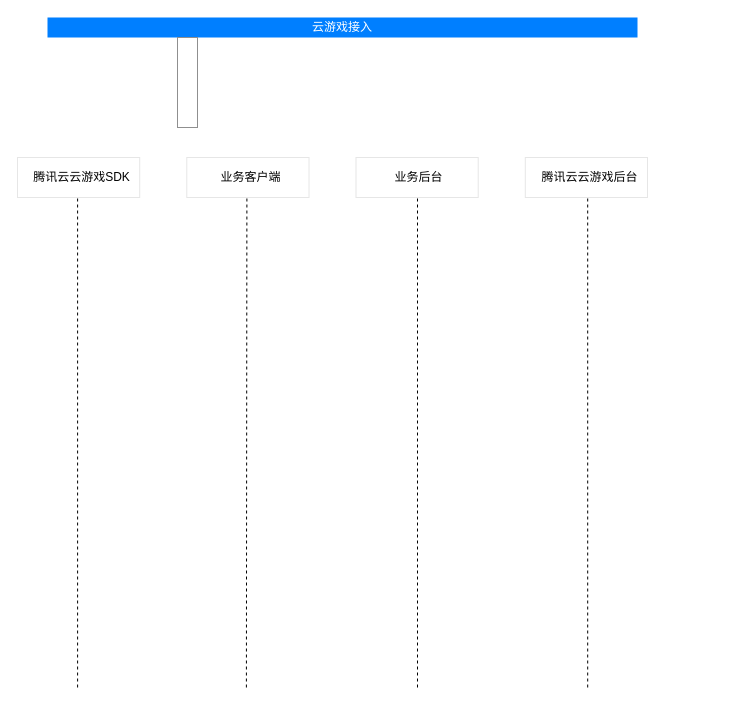
This is 快速入门.drawio from 2015302580336/cloud_rendering, a draw.io file, before an edit. Source tidied: cells renumbered, new cells numbered last; positions are measured from the earlier drawing's top-left corner, leaving out a move shared by most shapes. Both pictures are drawn from the tidied source at 100%, with x=0, y=0 at pixel (17, 17).
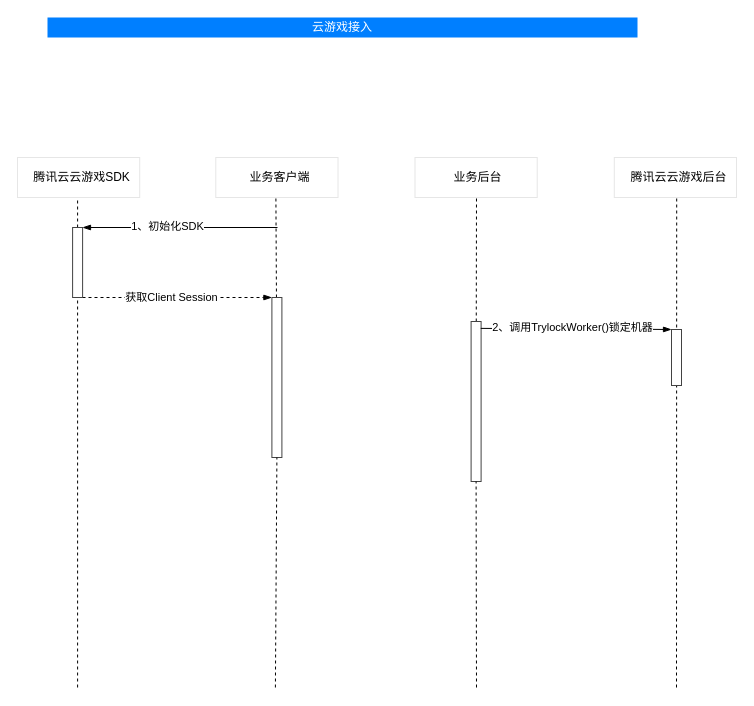
The same diagram, later.

The edit, as a diff of the source:
```diff
@@
-    <mxCell id="3" style="rounded=0;whiteSpace=wrap;html=1;strokeColor=#8F8F8F;" parent="1" vertex="1">
-      <mxGeometry x="160" y="20" width="20" height="90" as="geometry" />
-    </mxCell>
@@
     <mxCell id="7" style="group;imageAlign=center;imageVerticalAlign=middle;" parent="1" vertex="1">
-      <mxGeometry x="169.3" y="140" width="122.2" height="40" as="geometry" />
+      <mxGeometry x="198.3" y="140" width="122.2" height="40" as="geometry" />
     </mxCell>
@@
     <mxCell id="10" style="group;imageAlign=center;imageVerticalAlign=middle;" parent="1" vertex="1">
-      <mxGeometry x="338.5" y="140" width="122.2" height="40" as="geometry" />
+      <mxGeometry x="397.5" y="140" width="122.2" height="40" as="geometry" />
     </mxCell>
@@
     <mxCell id="13" style="group;imageAlign=center;imageVerticalAlign=middle;" parent="1" vertex="1">
-      <mxGeometry x="507.8" y="140" width="122.2" height="40" as="geometry" />
+      <mxGeometry x="596.8" y="140" width="122.2" height="40" as="geometry" />
     </mxCell>
@@
-    <mxCell id="16" style="endArrow=none;dashed=1;html=1;strokeWidth=1;rounded=0;entryX=0.5;entryY=1;entryDx=0;entryDy=0;" parent="1" edge="1">
+    <mxCell id="16" style="endArrow=none;dashed=1;html=1;strokeWidth=1;rounded=0;entryX=0.5;entryY=1;entryDx=0;entryDy=0;startArrow=none;" parent="1" edge="1" source="24">
       <mxGeometry x="139" y="170" as="geometry">
-        <mxPoint x="60.1" y="670" as="sourcePoint" />
         <mxPoint x="60.1" y="180" as="targetPoint" />
       </mxGeometry>
     </mxCell>
-    <mxCell id="17" style="endArrow=none;dashed=1;html=1;strokeWidth=1;rounded=0;entryX=0.5;entryY=1;entryDx=0;entryDy=0;" parent="1" edge="1">
-      <mxGeometry x="139" y="170" as="geometry">
-        <mxPoint x="228.9" y="670" as="sourcePoint" />
-        <mxPoint x="229.4" y="180" as="targetPoint" />
+    <mxCell id="17" style="endArrow=none;dashed=1;html=1;strokeWidth=1;rounded=0;entryX=0.5;entryY=1;entryDx=0;entryDy=0;startArrow=none;" parent="1" edge="1" source="26">
+      <mxGeometry x="168" y="170" as="geometry">
+        <mxPoint x="258.4" y="180" as="targetPoint" />
       </mxGeometry>
     </mxCell>
-    <mxCell id="18" style="endArrow=none;dashed=1;html=1;strokeWidth=1;rounded=0;entryX=0.5;entryY=1;entryDx=0;entryDy=0;" parent="1" edge="1">
-      <mxGeometry x="141" y="170" as="geometry">
-        <mxPoint x="400" y="670" as="sourcePoint" />
-        <mxPoint x="400" y="180" as="targetPoint" />
+    <mxCell id="18" style="endArrow=none;dashed=1;html=1;strokeWidth=1;rounded=0;entryX=0.5;entryY=1;entryDx=0;entryDy=0;startArrow=none;" parent="1" edge="1" source="28">
+      <mxGeometry x="200" y="170" as="geometry">
+        <mxPoint x="459" y="180" as="targetPoint" />
       </mxGeometry>
     </mxCell>
-    <mxCell id="19" style="endArrow=none;dashed=1;html=1;strokeWidth=1;rounded=0;entryX=0.5;entryY=1;entryDx=0;entryDy=0;" parent="1" edge="1">
-      <mxGeometry x="142" y="170" as="geometry">
-        <mxPoint x="570.2" y="670" as="sourcePoint" />
-        <mxPoint x="570.2" y="180" as="targetPoint" />
+    <mxCell id="19" style="endArrow=none;dashed=1;html=1;strokeWidth=1;rounded=0;entryX=0.5;entryY=1;entryDx=0;entryDy=0;startArrow=none;" parent="1" edge="1">
+      <mxGeometry x="231" y="170" as="geometry">
+        <mxPoint x="659" y="670" as="sourcePoint" />
+        <mxPoint x="659.2" y="180" as="targetPoint" />
       </mxGeometry>
     </mxCell>
+    <mxCell id="20" style="endArrow=blockThin;html=1;rounded=0;strokeWidth=1;entryX=1;entryY=0;entryDx=0;entryDy=0;endFill=1;" parent="1" edge="1">
+      <mxGeometry relative="1" as="geometry">
+        <mxPoint x="260" y="210" as="sourcePoint" />
+        <mxPoint x="65" y="210" as="targetPoint" />
+      </mxGeometry>
+    </mxCell>
+    <mxCell id="21" value="1、初始化SDK" style="edgeLabel;html=1;align=center;verticalAlign=middle;" parent="20" vertex="1">
+      <mxGeometry x="0.19" y="-2" relative="1" as="geometry">
+        <mxPoint x="5" as="offset" />
+      </mxGeometry>
+    </mxCell>
+    <mxCell id="22" style="endArrow=blockThin;html=1;rounded=0;strokeWidth=1;entryX=0;entryY=0;entryDx=0;entryDy=0;endFill=1;exitX=1;exitY=1;exitDx=0;exitDy=0;dashed=1;" parent="1" edge="1" target="26">
+      <mxGeometry relative="1" as="geometry">
+        <mxPoint x="65" y="280" as="sourcePoint" />
+      </mxGeometry>
+    </mxCell>
+    <mxCell id="23" value="获取Client Session" style="edgeLabel;html=1;align=center;verticalAlign=middle;" parent="22" vertex="1">
+      <mxGeometry x="0.19" y="-2" relative="1" as="geometry">
+        <mxPoint x="-25" y="-3" as="offset" />
+      </mxGeometry>
+    </mxCell>
+    <mxCell id="24" style="rounded=0;whiteSpace=wrap;html=1;strokeColor=#424242;fillColor=#FFFFFF;" parent="1" vertex="1">
+      <mxGeometry x="55.1" y="210" width="10" height="70" as="geometry" />
+    </mxCell>
+    <mxCell id="25" style="endArrow=none;dashed=1;html=1;strokeWidth=1;rounded=0;entryX=0.5;entryY=1;entryDx=0;entryDy=0;" parent="1" edge="1" target="24">
+      <mxGeometry x="139" y="170" as="geometry">
+        <mxPoint x="60.1" y="670" as="sourcePoint" />
+      </mxGeometry>
+    </mxCell>
+    <mxCell id="26" style="rounded=0;whiteSpace=wrap;html=1;strokeColor=#424242;" parent="1" vertex="1">
+      <mxGeometry x="254.4" y="280" width="10" height="160" as="geometry" />
+    </mxCell>
+    <mxCell id="27" style="endArrow=none;dashed=1;html=1;strokeWidth=1;rounded=0;entryX=0.5;entryY=1;entryDx=0;entryDy=0;" parent="1" edge="1" target="26">
+      <mxGeometry x="168" y="170" as="geometry">
+        <mxPoint x="257.9" y="670" as="sourcePoint" />
+      </mxGeometry>
+    </mxCell>
+    <mxCell id="28" style="rounded=0;whiteSpace=wrap;html=1;strokeColor=#424242;" parent="1" vertex="1">
+      <mxGeometry x="453.6" y="304" width="10" height="160" as="geometry" />
+    </mxCell>
+    <mxCell id="29" style="endArrow=none;dashed=1;html=1;strokeWidth=1;rounded=0;entryX=0.5;entryY=1;entryDx=0;entryDy=0;" parent="1" edge="1" target="28">
+      <mxGeometry x="200" y="170" as="geometry">
+        <mxPoint x="459" y="670" as="sourcePoint" />
+      </mxGeometry>
+    </mxCell>
+    <mxCell id="30" style="rounded=0;whiteSpace=wrap;html=1;strokeColor=#424242;fillColor=#FFFFFF;" parent="1" vertex="1">
+      <mxGeometry x="654" y="312" width="10" height="56" as="geometry" />
+    </mxCell>
+    <mxCell id="31" style="endArrow=blockThin;html=1;rounded=0;strokeWidth=1;entryX=0;entryY=0;entryDx=0;entryDy=0;endFill=1;exitX=0.965;exitY=0.043;exitDx=0;exitDy=0;exitPerimeter=0;" parent="1" edge="1" source="28" target="30">
+      <mxGeometry relative="1" as="geometry" />
+    </mxCell>
+    <mxCell id="32" value="2、调用TrylockWorker()锁定机器" style="edgeLabel;html=1;align=center;verticalAlign=middle;" parent="31" vertex="1">
+      <mxGeometry x="0.19" y="-2" relative="1" as="geometry">
+        <mxPoint x="-22" y="-4" as="offset" />
+      </mxGeometry>
+    </mxCell>
```
